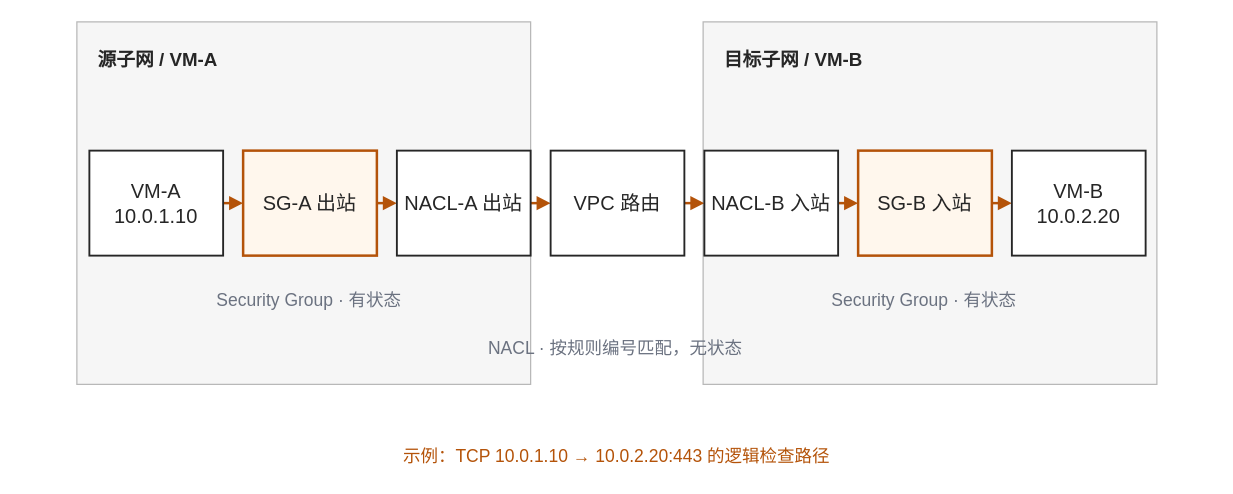
Before: diagrams/security-checkpoints.drawio in cafebeef1/cafebeef1.github.io, a draw.io diagram. Source tidied: cells renumbered, new cells numbered last; positions are measured from the earlier drawing's top-left corner, leaving out a move shared by most shapes. Both pictures are drawn from the tidied source at 125%, with x=0, y=0 at pixel (21, 21).
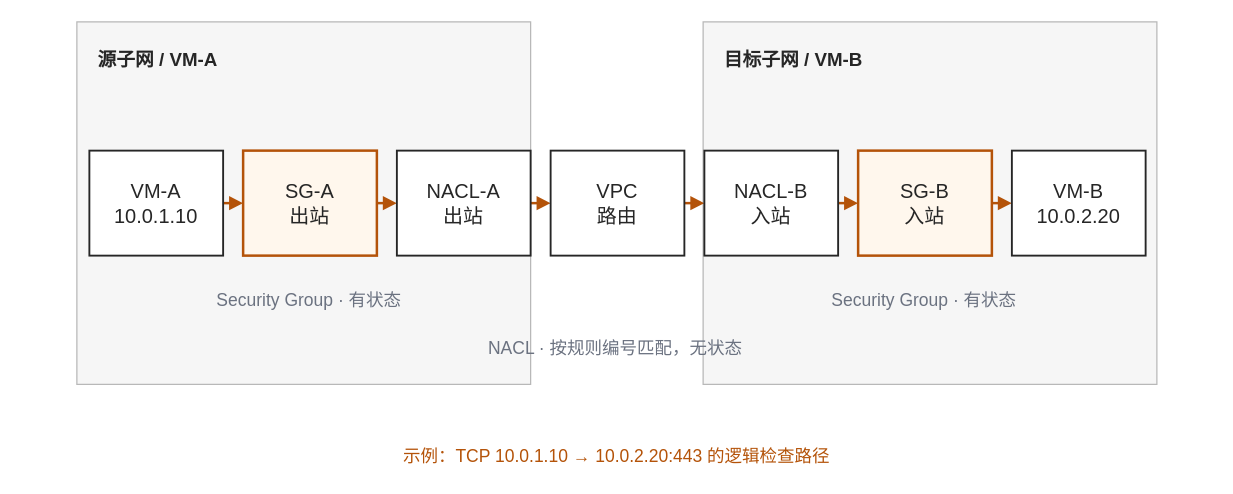
After the change.

What changed in the source:
```diff
@@
-    <mxCell id="10" value="VM-A 10.0.1.10" style="rounded=0;whiteSpace=wrap;html=0;fillColor=#fff;strokeColor=#262626;strokeWidth=1.5;fontSize=16;fontColor=#262626;align=center;verticalAlign=middle;spacing=5;" parent="1" vertex="1">
+    <mxCell id="10" value="VM-A&#10;10.0.1.10" style="rounded=0;whiteSpace=wrap;html=0;fillColor=#fff;strokeColor=#262626;strokeWidth=1.5;fontSize=16;fontColor=#262626;align=center;verticalAlign=middle;spacing=5;" parent="1" vertex="1">
       <mxGeometry x="54" y="103" width="107" height="84" as="geometry" />
     </mxCell>
-    <mxCell id="11" value="SG-A 出站" style="rounded=0;whiteSpace=wrap;html=0;fillColor=#fff7ed;strokeColor=#b45309;strokeWidth=2;fontSize=16;fontColor=#262626;align=center;verticalAlign=middle;spacing=5;" parent="1" vertex="1">
+    <mxCell id="11" value="SG-A&#10;出站" style="rounded=0;whiteSpace=wrap;html=0;fillColor=#fff7ed;strokeColor=#b45309;strokeWidth=2;fontSize=16;fontColor=#262626;align=center;verticalAlign=middle;spacing=5;" parent="1" vertex="1">
       <mxGeometry x="177" y="103" width="107" height="84" as="geometry" />
     </mxCell>
-    <mxCell id="12" value="NACL-A 出站" style="rounded=0;whiteSpace=wrap;html=0;fillColor=#fff;strokeColor=#262626;strokeWidth=1.5;fontSize=16;fontColor=#262626;align=center;verticalAlign=middle;spacing=5;" parent="1" vertex="1">
+    <mxCell id="12" value="NACL-A&#10;出站" style="rounded=0;whiteSpace=wrap;html=0;fillColor=#fff;strokeColor=#262626;strokeWidth=1.5;fontSize=16;fontColor=#262626;align=center;verticalAlign=middle;spacing=5;" parent="1" vertex="1">
       <mxGeometry x="300" y="103" width="107" height="84" as="geometry" />
     </mxCell>
-    <mxCell id="13" value="VPC 路由" style="rounded=0;whiteSpace=wrap;html=0;fillColor=#fff;strokeColor=#262626;strokeWidth=1.5;fontSize=16;fontColor=#262626;align=center;verticalAlign=middle;spacing=5;" parent="1" vertex="1">
+    <mxCell id="13" value="VPC&#10;路由" style="rounded=0;whiteSpace=wrap;html=0;fillColor=#fff;strokeColor=#262626;strokeWidth=1.5;fontSize=16;fontColor=#262626;align=center;verticalAlign=middle;spacing=5;" parent="1" vertex="1">
       <mxGeometry x="423" y="103" width="107" height="84" as="geometry" />
     </mxCell>
-    <mxCell id="14" value="NACL-B 入站" style="rounded=0;whiteSpace=wrap;html=0;fillColor=#fff;strokeColor=#262626;strokeWidth=1.5;fontSize=16;fontColor=#262626;align=center;verticalAlign=middle;spacing=5;" parent="1" vertex="1">
+    <mxCell id="14" value="NACL-B&#10;入站" style="rounded=0;whiteSpace=wrap;html=0;fillColor=#fff;strokeColor=#262626;strokeWidth=1.5;fontSize=16;fontColor=#262626;align=center;verticalAlign=middle;spacing=5;" parent="1" vertex="1">
       <mxGeometry x="546" y="103" width="107" height="84" as="geometry" />
     </mxCell>
-    <mxCell id="15" value="SG-B 入站" style="rounded=0;whiteSpace=wrap;html=0;fillColor=#fff7ed;strokeColor=#b45309;strokeWidth=2;fontSize=16;fontColor=#262626;align=center;verticalAlign=middle;spacing=5;" parent="1" vertex="1">
+    <mxCell id="15" value="SG-B&#10;入站" style="rounded=0;whiteSpace=wrap;html=0;fillColor=#fff7ed;strokeColor=#b45309;strokeWidth=2;fontSize=16;fontColor=#262626;align=center;verticalAlign=middle;spacing=5;" parent="1" vertex="1">
       <mxGeometry x="669" y="103" width="107" height="84" as="geometry" />
     </mxCell>
-    <mxCell id="16" value="VM-B 10.0.2.20" style="rounded=0;whiteSpace=wrap;html=0;fillColor=#fff;strokeColor=#262626;strokeWidth=1.5;fontSize=16;fontColor=#262626;align=center;verticalAlign=middle;spacing=5;" parent="1" vertex="1">
+    <mxCell id="16" value="VM-B&#10;10.0.2.20" style="rounded=0;whiteSpace=wrap;html=0;fillColor=#fff;strokeColor=#262626;strokeWidth=1.5;fontSize=16;fontColor=#262626;align=center;verticalAlign=middle;spacing=5;" parent="1" vertex="1">
       <mxGeometry x="792" y="103" width="107" height="84" as="geometry" />
     </mxCell>
```
